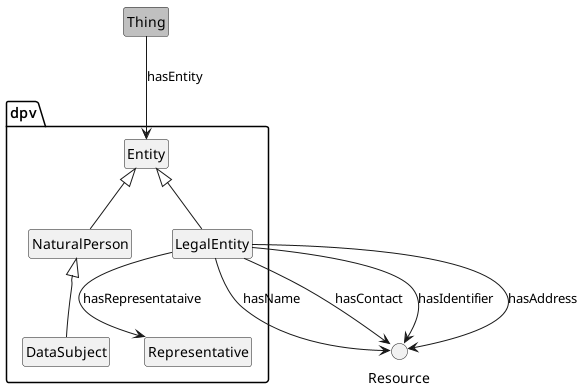
Above: media/legalentities.png in jeswr/dpv (PlantUML), before the change.
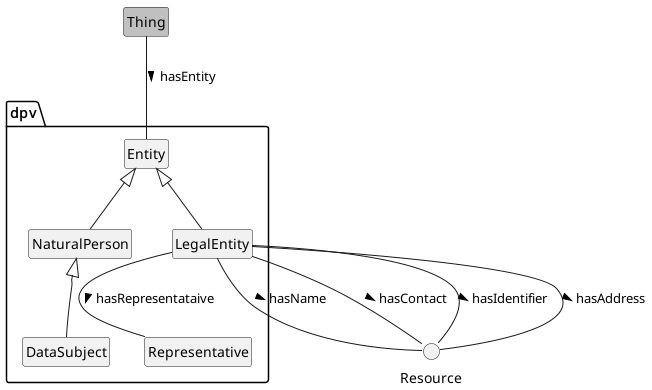
Later version of the same file.

Change to the diagram source:
```diff
@@ -11,14 +11,14 @@
 	class Representative
 }
 
-Thing --> Entity: hasEntity
+Thing -- Entity: hasEntity >
 Entity <|-- LegalEntity
 
-LegalEntity --> Resource: hasName
-LegalEntity --> Resource: hasContact
-LegalEntity --> Resource: hasIdentifier
-LegalEntity --> Resource: hasAddress
-LegalEntity --> Representative: hasRepresentataive
+LegalEntity -- Resource: hasName >
+LegalEntity -- Resource: hasContact >
+LegalEntity -- Resource: hasIdentifier >
+LegalEntity -- Resource: hasAddress >
+LegalEntity -- Representative: hasRepresentataive >
 
 Entity <|-- NaturalPerson
 NaturalPerson <|-- DataSubject
```
